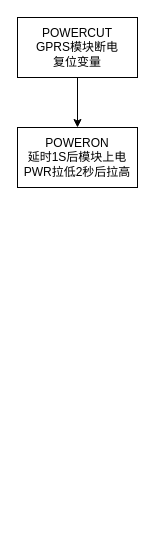
This is Untitled Diagram.drawio from zpandly/TrafficLights, a draw.io file, before an edit. Source tidied: cells renumbered, new cells numbered last; positions are measured from the earlier drawing's top-left corner, leaving out a move shared by most shapes. Both pictures are drawn from the tidied source at 100%, with x=0, y=0 at pixel (17, 17).
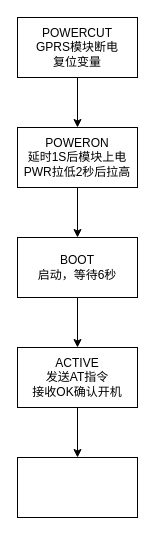
The same diagram, later.

Change to the diagram source:
```diff
@@
 <mxGraphModel>
   <root>
     <mxCell id="0" />
     <mxCell id="1" parent="0" />
     <mxCell id="2" style="edgeStyle=orthogonalEdgeStyle;rounded=0;jettySize=auto;html=1;" parent="1" edge="1" source="3" target="4">
       <mxGeometry relative="1" as="geometry" />
     </mxCell>
     <mxCell id="3" value="POWERCUT&lt;br&gt;GPRS模块断电&lt;br&gt;复位变量" style="rounded=0;whiteSpace=wrap;html=1;" parent="1" vertex="1">
       <mxGeometry width="120" height="60" as="geometry" />
     </mxCell>
+    <mxCell id="5" style="edgeStyle=orthogonalEdgeStyle;rounded=0;jettySize=auto;html=1;" parent="1" edge="1" source="4" target="7">
+      <mxGeometry relative="1" as="geometry" />
+    </mxCell>
     <mxCell id="4" value="POWERON&lt;br&gt;延时1S后模块上电&lt;br&gt;PWR拉低2秒后拉高" style="rounded=0;whiteSpace=wrap;html=1;" parent="1" vertex="1">
       <mxGeometry y="110" width="120" height="60" as="geometry" />
     </mxCell>
+    <mxCell id="6" style="edgeStyle=orthogonalEdgeStyle;rounded=0;jettySize=auto;html=1;" parent="1" edge="1" source="7" target="9">
+      <mxGeometry relative="1" as="geometry" />
+    </mxCell>
+    <mxCell id="7" value="BOOT&lt;br&gt;启动，等待6秒" style="rounded=0;whiteSpace=wrap;html=1;" parent="1" vertex="1">
+      <mxGeometry y="220" width="120" height="60" as="geometry" />
+    </mxCell>
+    <mxCell id="8" style="edgeStyle=orthogonalEdgeStyle;rounded=0;jettySize=auto;html=1;" parent="1" edge="1" source="9" target="10">
+      <mxGeometry relative="1" as="geometry" />
+    </mxCell>
+    <mxCell id="9" value="ACTIVE&lt;br&gt;发送AT指令&lt;br&gt;接收OK确认开机" style="whiteSpace=wrap;html=1;rounded=0;" parent="1" vertex="1">
+      <mxGeometry y="330" width="120" height="60" as="geometry" />
+    </mxCell>
+    <mxCell id="10" style="whiteSpace=wrap;html=1;rounded=0;" parent="1" vertex="1">
+      <mxGeometry y="440" width="120" height="60" as="geometry" />
+    </mxCell>
   </root>
 </mxGraphModel>
```
